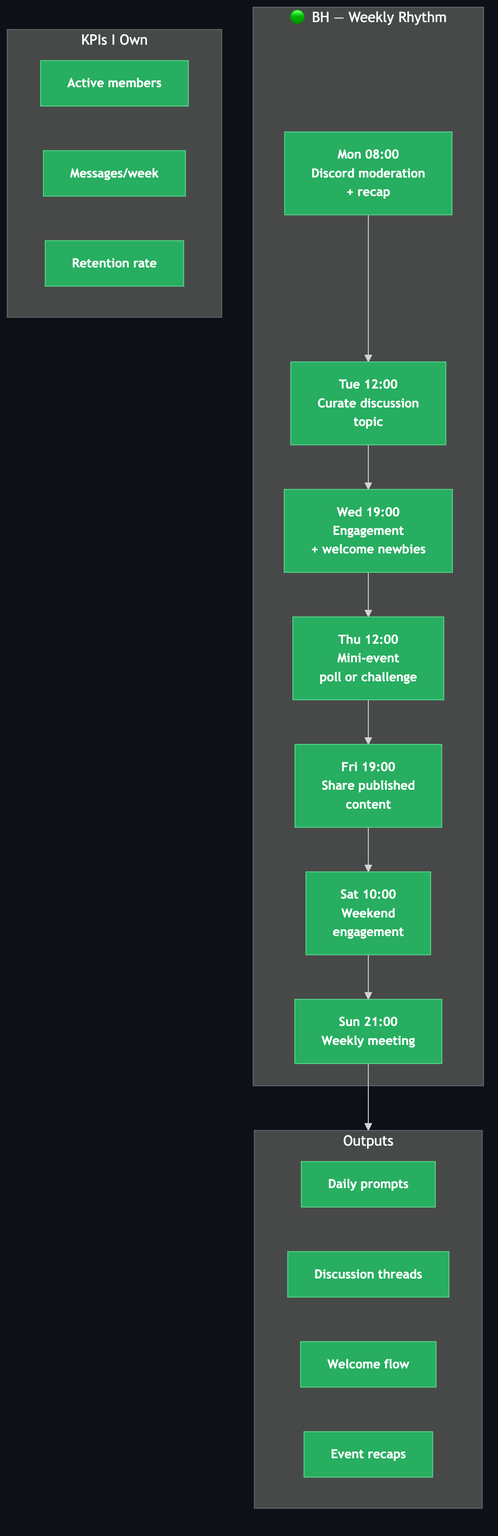
Earlier version of the Mermaid export products/hypeproof-workflow-diagrams/personal-bh.png (JeHyeong2/hypeprooflab). Its source is kept beside it as products/hypeproof-workflow-diagrams/personal-bh.mmd. Source of this version:
```mermaid
flowchart TB
    classDef bh fill:#27ae60,stroke:#58d68d,color:#fff,font-weight:bold,font-size:14px
    classDef dim fill:#30363d,stroke:#484f58,color:#8b949e

    subgraph WEEK["🟢 BH — Weekly Rhythm"]
        MON["Mon 08:00<br/>Discord moderation<br/>+ recap"]
        TUE["Tue 12:00<br/>Curate discussion<br/>topic"]
        WED["Wed 19:00<br/>Engagement<br/>+ welcome newbies"]
        THU["Thu 12:00<br/>Mini-event<br/>poll or challenge"]
        FRI["Fri 19:00<br/>Share published<br/>content"]
        SAT["Sat 10:00<br/>Weekend<br/>engagement"]
        SUN["Sun 21:00<br/>Weekly meeting"]
    end

    subgraph OUT["Outputs"]
        O1["Daily prompts"]
        O2["Discussion threads"]
        O3["Welcome flow"]
        O4["Event recaps"]
    end

    subgraph KPI["KPIs I Own"]
        K1["Active members"]
        K2["Messages/week"]
        K3["Retention rate"]
    end

    MON --> TUE --> WED --> THU --> FRI --> SAT --> SUN
    SUN --> OUT

    class MON,TUE,WED,THU,FRI,SAT,SUN,O1,O2,O3,O4,K1,K2,K3 bh
```
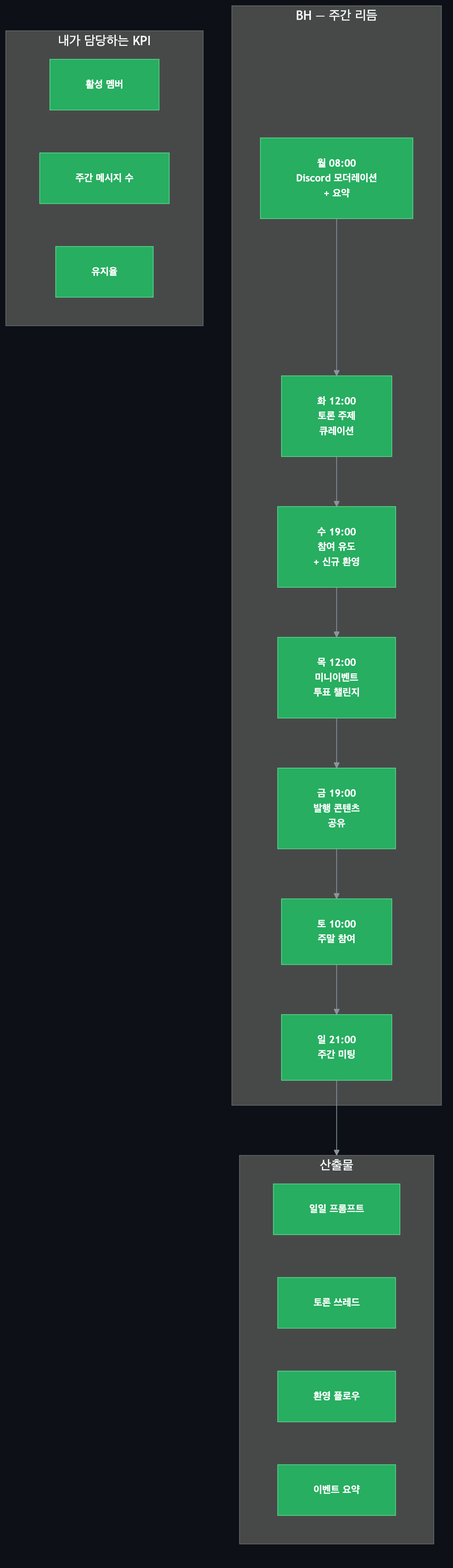
The same file after the commit.

Diff of the diagram source:
```diff
@@ -2,27 +2,27 @@
     classDef bh fill:#27ae60,stroke:#58d68d,color:#fff,font-weight:bold,font-size:14px
     classDef dim fill:#30363d,stroke:#484f58,color:#8b949e
 
-    subgraph WEEK["🟢 BH — Weekly Rhythm"]
-        MON["Mon 08:00<br/>Discord moderation<br/>+ recap"]
-        TUE["Tue 12:00<br/>Curate discussion<br/>topic"]
-        WED["Wed 19:00<br/>Engagement<br/>+ welcome newbies"]
-        THU["Thu 12:00<br/>Mini-event<br/>poll or challenge"]
-        FRI["Fri 19:00<br/>Share published<br/>content"]
-        SAT["Sat 10:00<br/>Weekend<br/>engagement"]
-        SUN["Sun 21:00<br/>Weekly meeting"]
+    subgraph WEEK["BH — 주간 리듬"]
+        MON["월 08:00<br/>Discord 모더레이션<br/>+ 요약"]
+        TUE["화 12:00<br/>토론 주제<br/>큐레이션"]
+        WED["수 19:00<br/>참여 유도<br/>+ 신규 환영"]
+        THU["목 12:00<br/>미니이벤트<br/>투표 챌린지"]
+        FRI["금 19:00<br/>발행 콘텐츠<br/>공유"]
+        SAT["토 10:00<br/>주말 참여"]
+        SUN["일 21:00<br/>주간 미팅"]
     end
 
-    subgraph OUT["Outputs"]
-        O1["Daily prompts"]
-        O2["Discussion threads"]
-        O3["Welcome flow"]
-        O4["Event recaps"]
+    subgraph OUT["산출물"]
+        O1["일일 프롬프트"]
+        O2["토론 쓰레드"]
+        O3["환영 플로우"]
+        O4["이벤트 요약"]
     end
 
-    subgraph KPI["KPIs I Own"]
-        K1["Active members"]
-        K2["Messages/week"]
-        K3["Retention rate"]
+    subgraph KPI["내가 담당하는 KPI"]
+        K1["활성 멤버"]
+        K2["주간 메시지 수"]
+        K3["유지율"]
     end
 
     MON --> TUE --> WED --> THU --> FRI --> SAT --> SUN
```
